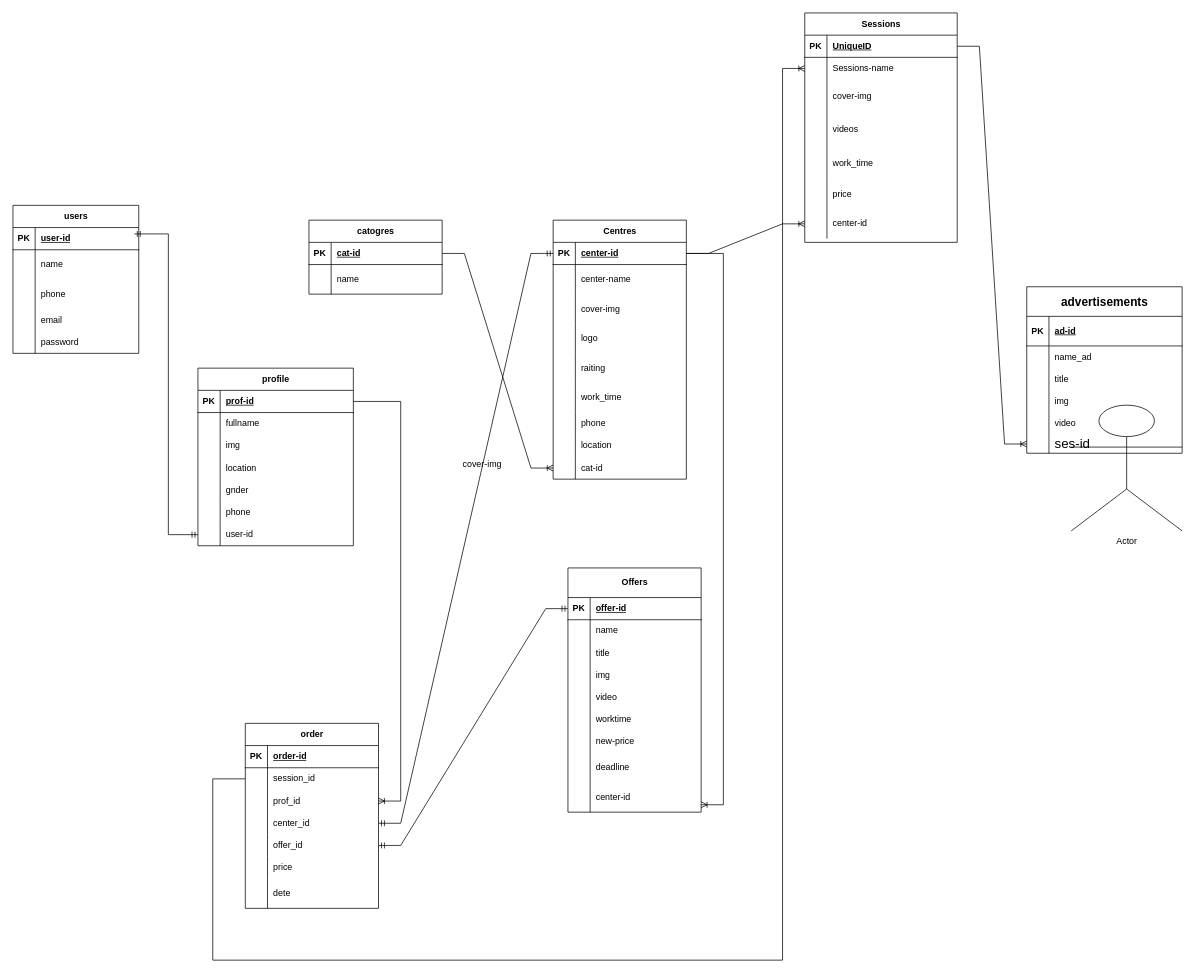
Above: backend.drawio in SAFAWI0/My-Center (draw.io), before the change. Source tidied: cells renumbered, new cells numbered last; positions are measured from the earlier drawing's top-left corner, leaving out a move shared by most shapes. Both pictures are drawn from the tidied source at 74%, with x=0, y=0 at pixel (13, 13).
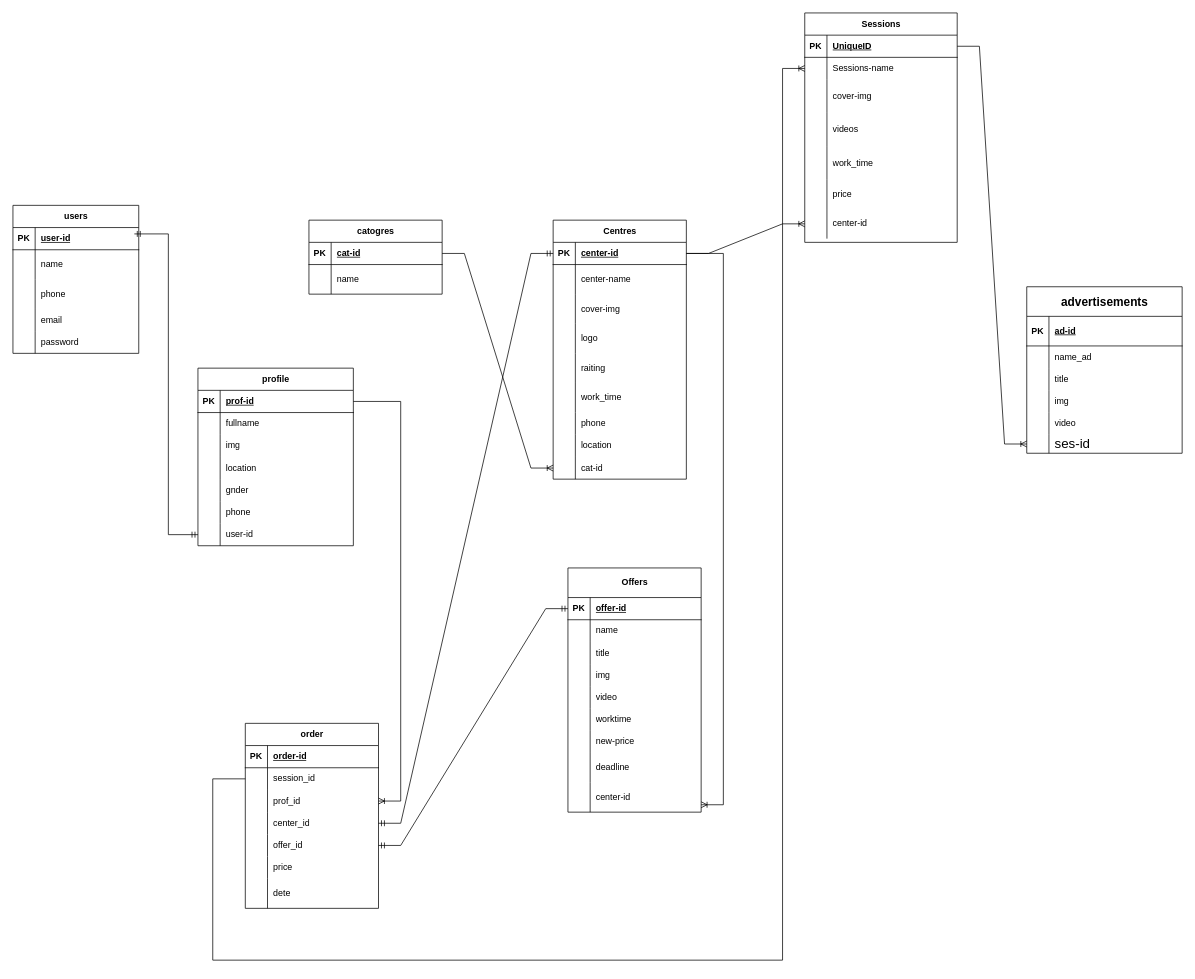
The same diagram, later.

Diff of the diagram source:
```diff
@@
-    <mxCell id="150" value="cover-img" style="shape=partialRectangle;fillColor=none;top=0;left=0;bottom=0;right=0;align=left;spacingLeft=6;overflow=hidden;whiteSpace=wrap;html=1;" parent="1" vertex="1">
-      <mxGeometry x="600" y="590" width="150" height="40" as="geometry" />
-    </mxCell>
@@
-    <mxCell id="176" value="Actor" style="shape=umlActor;verticalLabelPosition=bottom;verticalAlign=top;html=1;" parent="1" vertex="1">
-      <mxGeometry x="1430" y="530" width="150" height="170" as="geometry" />
-    </mxCell>
```
